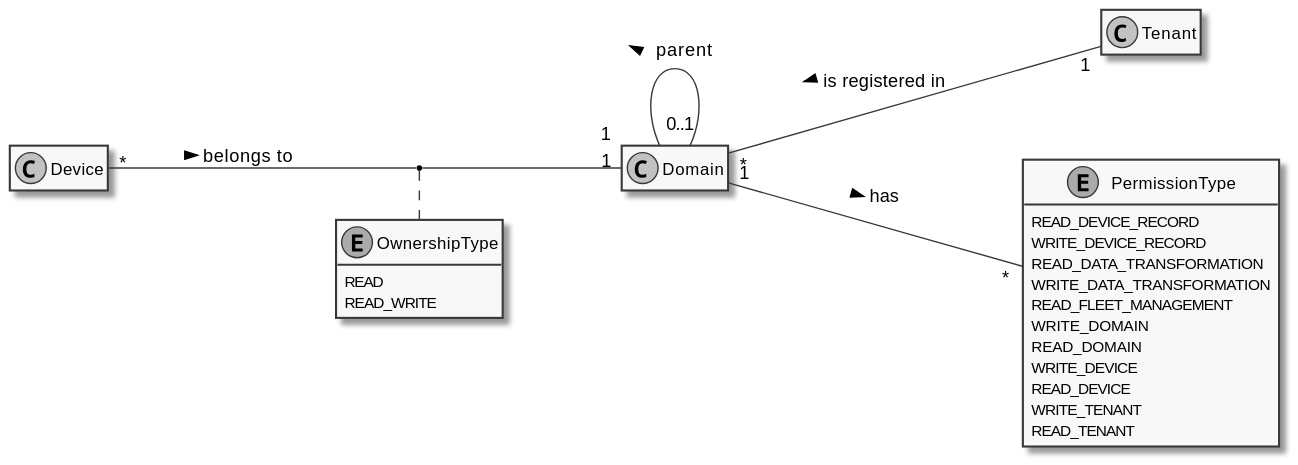
Above: docs/identity-management/diagrams/model.svg in FilipeMCruz/sensae-console (PlantUML), before the change. The source it was exported from:
```plantuml
@startuml model

skinparam Monochrome true
hide empty members
left to right direction

class Domain

class Tenant

class Device

enum OwnershipType {
    READ
    READ_WRITE
}

enum PermissionType {
    READ_DEVICE_RECORD
    WRITE_DEVICE_RECORD
    READ_DATA_TRANSFORMATION
    WRITE_DATA_TRANSFORMATION
    READ_FLEET_MANAGEMENT
    WRITE_DOMAIN
    READ_DOMAIN
    WRITE_DEVICE
    READ_DEVICE
    WRITE_TENANT
    READ_TENANT
}

Domain "*" -- "1" Tenant: is registered in <
Device "*" -- "1" Domain: belongs to >
Domain "1" -- "*" PermissionType: has >
Domain "1" -- "0..1" Domain: parent >

(Domain, Device) .. OwnershipType

@enduml
```
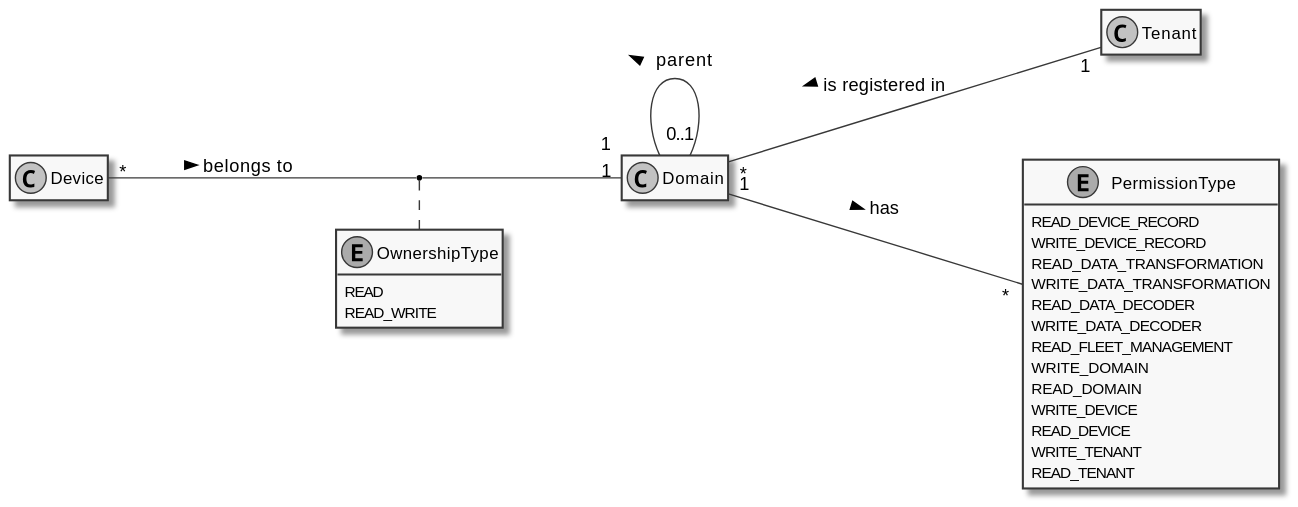
Later version of the same file.

Commit message:
Added new decoder permissions to documentation

Diff of the diagram source:
```diff
@@ -20,6 +20,8 @@
     WRITE_DEVICE_RECORD
     READ_DATA_TRANSFORMATION
     WRITE_DATA_TRANSFORMATION
+    READ_DATA_DECODER
+    WRITE_DATA_DECODER
     READ_FLEET_MANAGEMENT
     WRITE_DOMAIN
     READ_DOMAIN
```
